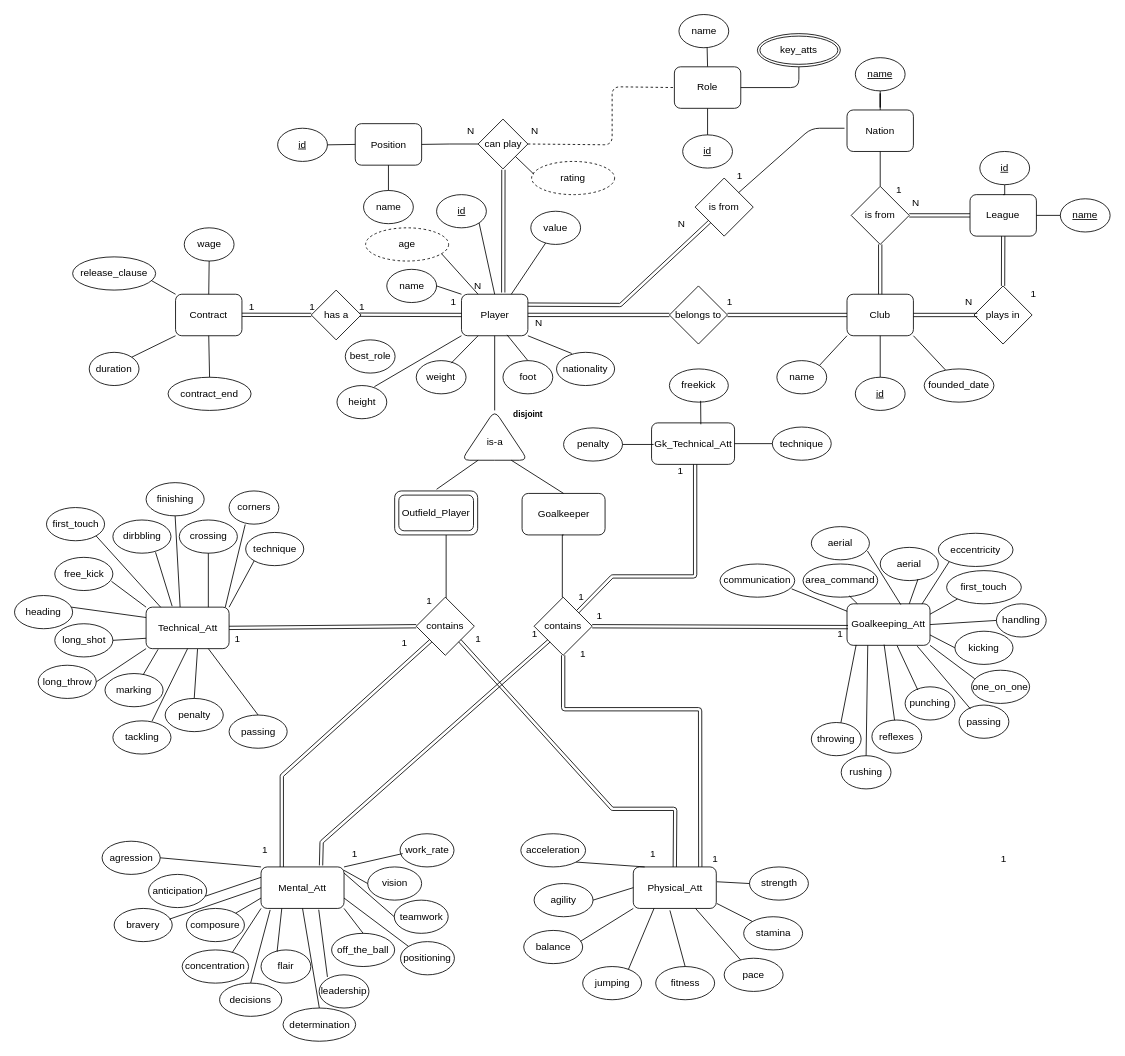
Before: score_savant.drawio in guilherme096/score-savant, a draw.io diagram. Source tidied: cells renumbered, new cells numbered last; positions are measured from the earlier drawing's top-left corner, leaving out a move shared by most shapes. Both pictures are drawn from the tidied source at 83%, with x=0, y=0 at pixel (14, 14).
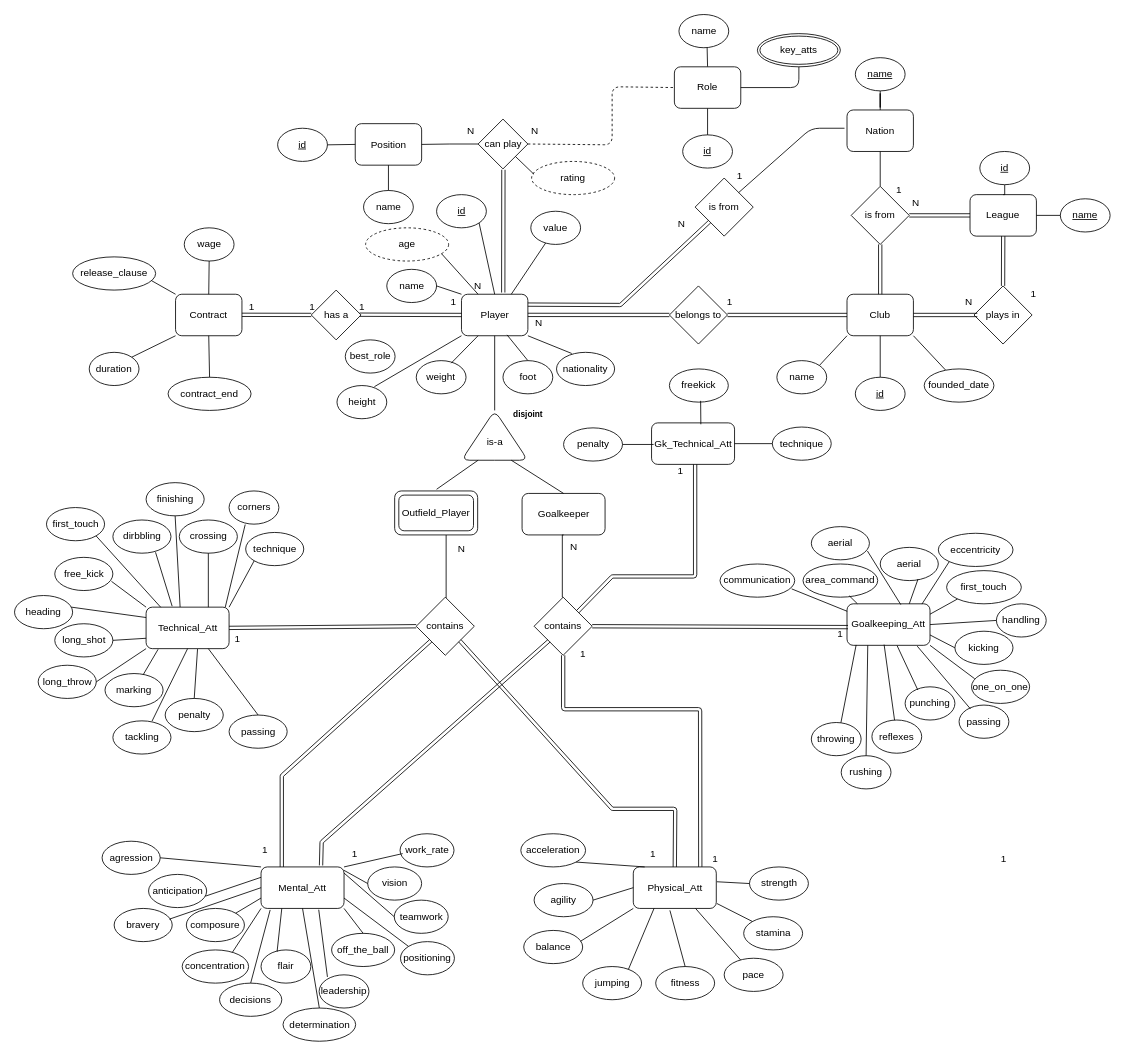
The same page after the edit.

The change refers to these unchanged cells:
```xml
<mxCell id="30" value="Mental_Att" style="rounded=1;whiteSpace=wrap;html=1;" parent="1" vertex="1">
  <mxGeometry x="297" y="1027" width="100" height="50" as="geometry" />
</mxCell>
```

Diff of the diagram source:
```diff
@@
-    <mxCell id="167" value="1" style="text;html=1;align=center;verticalAlign=middle;whiteSpace=wrap;rounded=0;" parent="1" vertex="1">
-      <mxGeometry x="470" y="692" width="60" height="30" as="geometry" />
+    <mxCell id="167" value="N" style="text;html=1;align=center;verticalAlign=middle;whiteSpace=wrap;rounded=0;" parent="1" vertex="1">
+      <mxGeometry x="508.5" y="629" width="60" height="30" as="geometry" />
     </mxCell>
@@
-    <mxCell id="169" value="1" style="text;html=1;align=center;verticalAlign=middle;whiteSpace=wrap;rounded=0;" parent="1" vertex="1">
-      <mxGeometry x="458.5" y="747" width="21.5" height="20" as="geometry" />
-    </mxCell>
-    <mxCell id="170" value="1" style="text;html=1;align=center;verticalAlign=middle;whiteSpace=wrap;rounded=0;" parent="1" vertex="1">
-      <mxGeometry x="528.5" y="744.5" width="60" height="15" as="geometry" />
-    </mxCell>
-    <mxCell id="171" value="1" style="text;html=1;align=center;verticalAlign=middle;whiteSpace=wrap;rounded=0;" parent="1" vertex="1">
-      <mxGeometry x="610" y="732" width="34" height="30" as="geometry" />
-    </mxCell>
@@
-    <mxCell id="174" value="1" style="text;html=1;align=center;verticalAlign=middle;whiteSpace=wrap;rounded=0;" parent="1" vertex="1">
-      <mxGeometry x="653" y="687" width="60" height="30" as="geometry" />
+    <mxCell id="174" value="N" style="text;html=1;align=center;verticalAlign=middle;whiteSpace=wrap;rounded=0;" parent="1" vertex="1">
+      <mxGeometry x="644" y="627" width="60" height="30" as="geometry" />
     </mxCell>
@@
-    <mxCell id="197" style="shape=link;html=1;rounded=1;entryX=1;entryY=0.75;entryDx=0;entryDy=0;exitX=0.723;exitY=-0.036;exitDx=0;exitDy=0;exitPerimeter=0;" parent="1" edge="1" source="30" target="171">
+    <mxCell id="197" style="shape=link;html=1;rounded=1;entryX=1;entryY=0.75;entryDx=0;entryDy=0;exitX=0.723;exitY=-0.036;exitDx=0;exitDy=0;exitPerimeter=0;" parent="1" edge="1" source="30">
       <mxGeometry relative="1" as="geometry">
+        <mxPoint x="644" y="754.5" as="targetPoint" />
         <Array as="points">
           <mxPoint x="370" y="997" />
         </Array>
       </mxGeometry>
     </mxCell>
@@
-    <mxCell id="200" value="1" style="text;html=1;align=center;verticalAlign=middle;whiteSpace=wrap;rounded=0;" parent="1" vertex="1">
-      <mxGeometry x="689.5" y="717" width="30" height="15" as="geometry" />
-    </mxCell>
```
